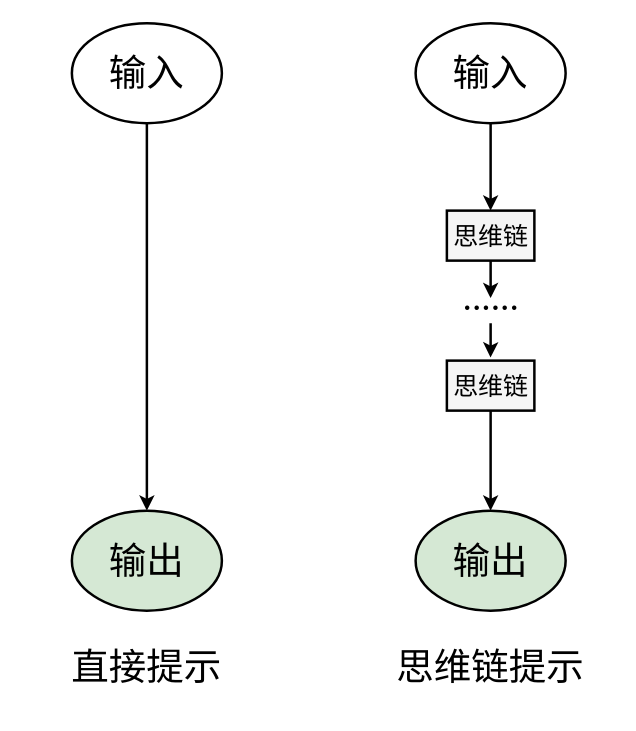
Before: 自己论文/作图/cot原理/cn.drawio in fanshuaiyao/BYFinall, a draw.io diagram. Source tidied: cells renumbered, new cells numbered last; positions are measured from the earlier drawing's top-left corner, leaving out a move shared by most shapes. Both pictures are drawn from the tidied source at 125%, with x=0, y=0 at pixel (21, 22).
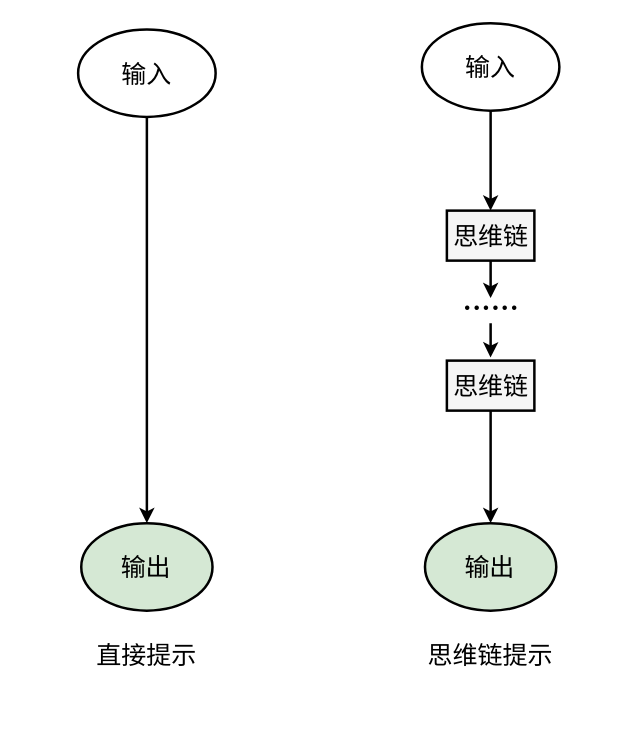
The same page after the edit.

The change refers to these unchanged cells:
```xml
<mxCell id="9" style="rounded=0;whiteSpace=wrap;html=1;fillColor=#f5f5f5;fontColor=#333333;strokeColor=#000000;strokeWidth=2;" parent="8" vertex="1">
  <mxGeometry width="70" height="40" as="geometry" />
</mxCell>
```

Diff of the diagram source:
```diff
@@
-    <mxCell id="2" style="edgeStyle=orthogonalEdgeStyle;rounded=0;jettySize=auto;html=1;exitX=0.5;exitY=1;exitDx=0;exitDy=0;entryX=0.5;entryY=0;entryDx=0;entryDy=0;strokeWidth=2;" parent="1" edge="1" source="3" target="6">
+    <mxCell id="2" style="edgeStyle=orthogonalEdgeStyle;rounded=0;jettySize=auto;html=1;exitX=0.5;exitY=1;exitDx=0;exitDy=0;entryX=0.5;entryY=0;entryDx=0;entryDy=0;strokeWidth=2;" parent="1" edge="1" source="3" target="26">
       <mxGeometry relative="1" as="geometry" />
     </mxCell>
     <mxCell id="3" style="ellipse;whiteSpace=wrap;html=1;strokeWidth=2;" parent="1" vertex="1">
-      <mxGeometry x="40" width="120" height="80" as="geometry" />
+      <mxGeometry x="45" y="5" width="110" height="70" as="geometry" />
     </mxCell>
-    <mxCell id="4" style="edgeStyle=orthogonalEdgeStyle;rounded=0;jettySize=auto;html=1;entryX=0.5;entryY=0;entryDx=0;entryDy=0;strokeWidth=2;" parent="1" edge="1" source="5" target="9">
+    <mxCell id="4" style="edgeStyle=orthogonalEdgeStyle;rounded=0;jettySize=auto;html=1;entryX=0.5;entryY=0;entryDx=0;entryDy=0;strokeWidth=2;exitX=0.5;exitY=1;exitDx=0;exitDy=0;" parent="1" edge="1" source="27" target="9">
       <mxGeometry relative="1" as="geometry" />
     </mxCell>
-    <mxCell id="5" style="ellipse;whiteSpace=wrap;html=1;strokeWidth=2;" parent="1" vertex="1">
-      <mxGeometry x="315" width="120" height="80" as="geometry" />
-    </mxCell>
-    <mxCell id="6" style="ellipse;whiteSpace=wrap;html=1;strokeWidth=2;fillColor=#d5e8d4;strokeColor=#000000;" parent="1" vertex="1">
-      <mxGeometry x="40" y="390" width="120" height="80" as="geometry" />
-    </mxCell>
-    <mxCell id="7" value="&lt;span style=&quot;font-size: 30px;&quot;&gt;&lt;font face=&quot;宋体&quot;&gt;输入&lt;/font&gt;&lt;/span&gt;" style="text;html=1;whiteSpace=wrap;strokeColor=none;fillColor=none;align=center;verticalAlign=middle;rounded=0;" parent="1" vertex="1">
+    <mxCell id="7" value="&lt;font face=&quot;宋体&quot; style=&quot;font-size: 20px;&quot;&gt;输入&lt;/font&gt;" style="text;html=1;whiteSpace=wrap;strokeColor=none;fillColor=none;align=center;verticalAlign=middle;rounded=0;" parent="1" vertex="1">
       <mxGeometry x="65" y="25" width="70" height="30" as="geometry" />
     </mxCell>
@@
     <mxCell id="14" style="group;" parent="1" vertex="1">
-      <mxGeometry x="315" y="390" width="120" height="80" as="geometry" />
+      <mxGeometry x="322.5" y="400" width="105" height="70" as="geometry" />
     </mxCell>
     <mxCell id="15" style="ellipse;whiteSpace=wrap;html=1;strokeWidth=2;fillColor=#d5e8d4;strokeColor=#000000;" parent="14" vertex="1">
-      <mxGeometry width="120" height="80" as="geometry" />
+      <mxGeometry width="105" height="70" as="geometry" />
     </mxCell>
-    <mxCell id="16" value="&lt;span style=&quot;font-size: 30px;&quot;&gt;&lt;font face=&quot;宋体&quot;&gt;输出&lt;/font&gt;&lt;/span&gt;" style="text;html=1;whiteSpace=wrap;strokeColor=none;fillColor=none;align=center;verticalAlign=middle;rounded=0;" parent="14" vertex="1">
-      <mxGeometry x="25" y="25" width="70" height="30" as="geometry" />
+    <mxCell id="16" value="&lt;font face=&quot;宋体&quot; style=&quot;font-size: 20px;&quot;&gt;输出&lt;/font&gt;" style="text;html=1;whiteSpace=wrap;strokeColor=none;fillColor=none;align=center;verticalAlign=middle;rounded=0;" parent="14" vertex="1">
+      <mxGeometry x="21.9" y="21.9" width="61.2" height="26.2" as="geometry" />
     </mxCell>
@@
-    <mxCell id="21" value="&lt;span style=&quot;font-size: 30px;&quot;&gt;&lt;font face=&quot;宋体&quot;&gt;直接提示&lt;/font&gt;&lt;/span&gt;" style="text;html=1;whiteSpace=wrap;strokeColor=none;fillColor=none;align=center;verticalAlign=middle;rounded=0;" parent="1" vertex="1">
-      <mxGeometry y="480" width="200" height="70" as="geometry" />
+    <mxCell id="21" value="&lt;font face=&quot;宋体&quot; style=&quot;font-size: 20px;&quot;&gt;直接提示&lt;/font&gt;" style="text;html=1;whiteSpace=wrap;strokeColor=none;fillColor=none;align=center;verticalAlign=middle;rounded=0;" parent="1" vertex="1">
+      <mxGeometry y="470" width="200" height="70" as="geometry" />
     </mxCell>
-    <mxCell id="22" value="&lt;span style=&quot;font-size: 30px;&quot;&gt;&lt;font face=&quot;宋体&quot;&gt;思维链提示&lt;/font&gt;&lt;/span&gt;" style="text;html=1;whiteSpace=wrap;strokeColor=none;fillColor=none;align=center;verticalAlign=middle;rounded=0;" parent="1" vertex="1">
-      <mxGeometry x="275" y="480" width="200" height="70" as="geometry" />
+    <mxCell id="22" value="&lt;font face=&quot;宋体&quot; style=&quot;font-size: 20px;&quot;&gt;思维链提示&lt;/font&gt;" style="text;html=1;whiteSpace=wrap;strokeColor=none;fillColor=none;align=center;verticalAlign=middle;rounded=0;" parent="1" vertex="1">
+      <mxGeometry x="275" y="470" width="200" height="70" as="geometry" />
     </mxCell>
+    <mxCell id="25" style="group;" parent="1" vertex="1">
+      <mxGeometry x="47.5" y="400" width="105" height="70" as="geometry" />
+    </mxCell>
+    <mxCell id="26" style="ellipse;whiteSpace=wrap;html=1;strokeWidth=2;fillColor=#d5e8d4;strokeColor=#000000;" parent="25" vertex="1">
+      <mxGeometry width="105" height="70" as="geometry" />
+    </mxCell>
+    <mxCell id="24" value="&lt;font face=&quot;宋体&quot; style=&quot;font-size: 20px;&quot;&gt;输出&lt;/font&gt;" style="text;html=1;whiteSpace=wrap;strokeColor=none;fillColor=none;align=center;verticalAlign=middle;rounded=0;" parent="25" vertex="1">
+      <mxGeometry x="21.9" y="21.9" width="61.2" height="26.2" as="geometry" />
+    </mxCell>
+    <mxCell id="27" style="ellipse;whiteSpace=wrap;html=1;strokeWidth=2;" parent="1" vertex="1">
+      <mxGeometry x="320" width="110" height="70" as="geometry" />
+    </mxCell>
-    <mxCell id="23" value="&lt;span style=&quot;font-size: 30px;&quot;&gt;&lt;font face=&quot;宋体&quot;&gt;输入&lt;/font&gt;&lt;/span&gt;" style="text;html=1;whiteSpace=wrap;strokeColor=none;fillColor=none;align=center;verticalAlign=middle;rounded=0;" parent="1" vertex="1">
-      <mxGeometry x="340" y="25" width="70" height="30" as="geometry" />
+    <mxCell id="23" value="&lt;font face=&quot;宋体&quot; style=&quot;font-size: 20px;&quot;&gt;输入&lt;/font&gt;" style="text;html=1;whiteSpace=wrap;strokeColor=none;fillColor=none;align=center;verticalAlign=middle;rounded=0;" parent="1" vertex="1">
+      <mxGeometry x="340" y="20" width="70" height="30" as="geometry" />
     </mxCell>
-    <mxCell id="24" value="&lt;span style=&quot;font-size: 30px;&quot;&gt;&lt;font face=&quot;宋体&quot;&gt;输出&lt;/font&gt;&lt;/span&gt;" style="text;html=1;whiteSpace=wrap;strokeColor=none;fillColor=none;align=center;verticalAlign=middle;rounded=0;" parent="1" vertex="1">
-      <mxGeometry x="65" y="415" width="70" height="30" as="geometry" />
-    </mxCell>
```
